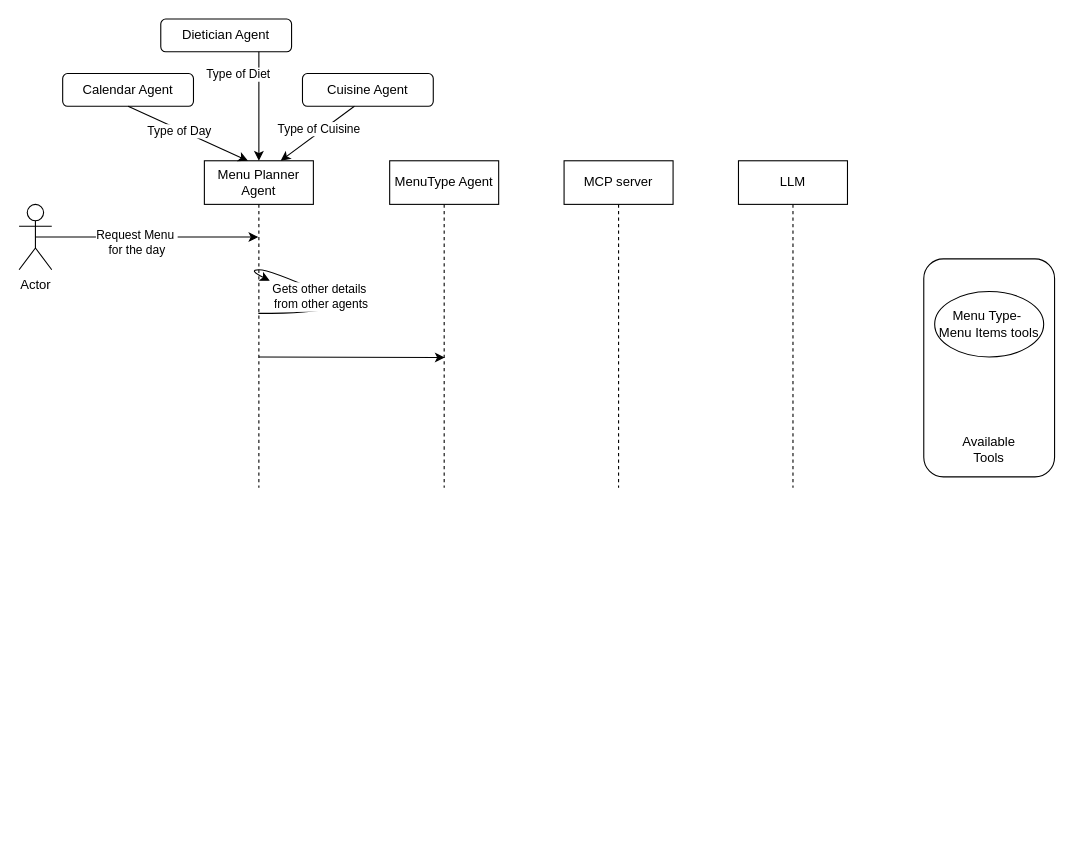
This is page "MenuTypeAgent" (2 of 3) of Untitled Diagram.drawio from neha10roy/MyDeepResearchAgent, a draw.io file, before an edit. Source tidied: cells renumbered, new cells numbered last; positions are measured from the earlier drawing's top-left corner, leaving out a move shared by most shapes. Both pictures are drawn from the tidied source at 109%, with x=0, y=0 at pixel (19, 19).
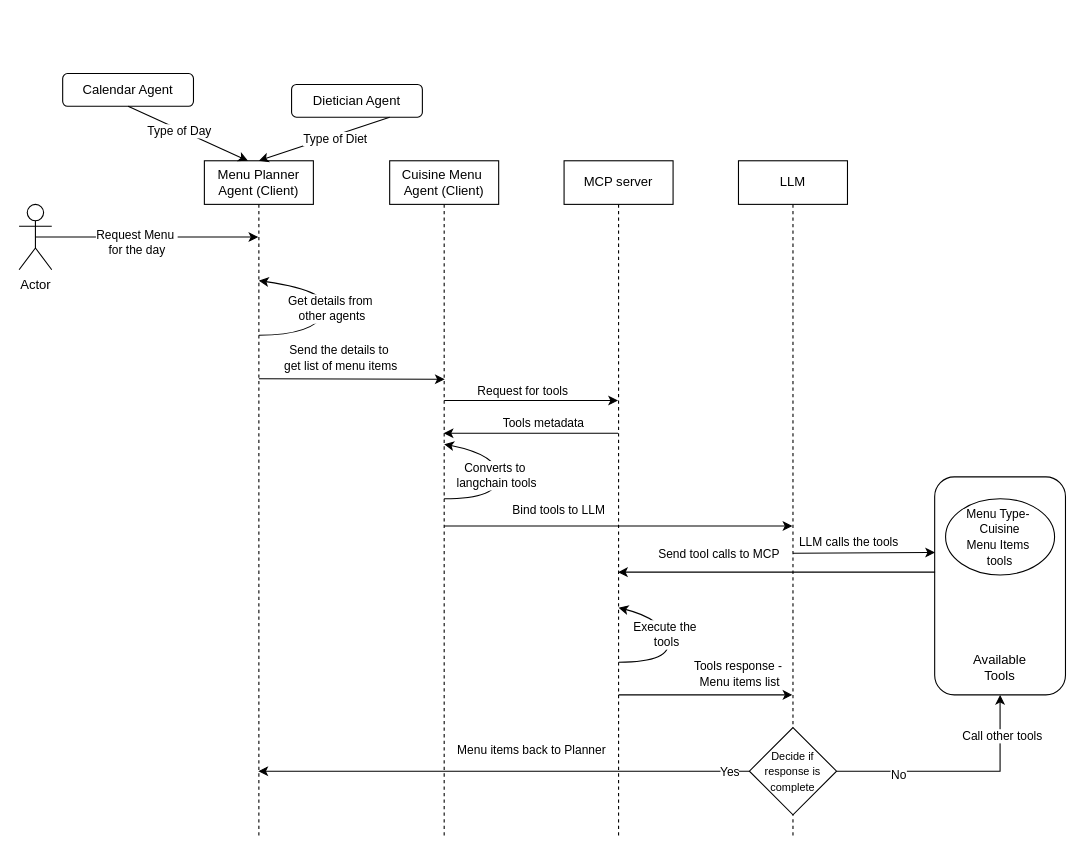
The same page after the edit.

The change refers to these unchanged cells:
```xml
<mxCell id="13" style="endArrow=classic;html=1;rounded=0;exitX=0.75;exitY=1;exitDx=0;exitDy=0;entryX=0.5;entryY=0;entryDx=0;entryDy=0;entryPerimeter=0;" parent="1" edge="1" source="12" target="2">
  <mxGeometry relative="1" as="geometry" />
</mxCell>
```

What changed in the source:
```diff
@@
-    <mxCell id="2" value="Menu Planner Agent" style="shape=umlLifeline;perimeter=lifelinePerimeter;whiteSpace=wrap;html=1;outlineConnect=0;portConstraint=eastwest;newEdgeStyle={&quot;curved&quot;:0,&quot;rounded&quot;:0};" parent="1" vertex="1">
-      <mxGeometry x="170" y="130" width="100" height="300" as="geometry" />
+    <mxCell id="2" value="Menu Planner Agent (Client)" style="shape=umlLifeline;perimeter=lifelinePerimeter;whiteSpace=wrap;html=1;outlineConnect=0;portConstraint=eastwest;newEdgeStyle={&quot;curved&quot;:0,&quot;rounded&quot;:0};" parent="1" vertex="1">
+      <mxGeometry x="170" y="130" width="100" height="620" as="geometry" />
     </mxCell>
-    <mxCell id="3" value="MenuType Agent" style="shape=umlLifeline;perimeter=lifelinePerimeter;whiteSpace=wrap;html=1;outlineConnect=0;portConstraint=eastwest;newEdgeStyle={&quot;curved&quot;:0,&quot;rounded&quot;:0};" parent="1" vertex="1">
-      <mxGeometry x="340" y="130" width="100" height="300" as="geometry" />
+    <mxCell id="3" value="Cuisine Menu&amp;nbsp; Agent&amp;nbsp;&lt;span style=&quot;background-color: transparent; color: light-dark(rgb(0, 0, 0), rgb(255, 255, 255));&quot;&gt;(Client)&lt;/span&gt;" style="shape=umlLifeline;perimeter=lifelinePerimeter;whiteSpace=wrap;html=1;outlineConnect=0;portConstraint=eastwest;newEdgeStyle={&quot;curved&quot;:0,&quot;rounded&quot;:0};" parent="1" vertex="1">
+      <mxGeometry x="340" y="130" width="100" height="620" as="geometry" />
     </mxCell>
     <mxCell id="4" value="MCP server" style="shape=umlLifeline;perimeter=lifelinePerimeter;whiteSpace=wrap;html=1;outlineConnect=0;portConstraint=eastwest;newEdgeStyle={&quot;curved&quot;:0,&quot;rounded&quot;:0};" parent="1" vertex="1">
-      <mxGeometry x="500" y="130" width="100" height="300" as="geometry" />
+      <mxGeometry x="500" y="130" width="100" height="620" as="geometry" />
     </mxCell>
     <mxCell id="5" value="LLM" style="shape=umlLifeline;perimeter=lifelinePerimeter;whiteSpace=wrap;html=1;outlineConnect=0;portConstraint=eastwest;newEdgeStyle={&quot;curved&quot;:0,&quot;rounded&quot;:0};" parent="1" vertex="1">
-      <mxGeometry x="660" y="130" width="100" height="300" as="geometry" />
+      <mxGeometry x="660" y="130" width="100" height="620" as="geometry" />
     </mxCell>
     <mxCell id="6" style="rounded=1;whiteSpace=wrap;html=1;" parent="1" vertex="1">
-      <mxGeometry x="830" y="220" width="120" height="200" as="geometry" />
+      <mxGeometry x="840" y="420" width="120" height="200" as="geometry" />
     </mxCell>
     <mxCell id="7" value="Available Tools" style="text;html=1;align=center;verticalAlign=middle;whiteSpace=wrap;rounded=0;" parent="1" vertex="1">
-      <mxGeometry x="860" y="380" width="60" height="30" as="geometry" />
+      <mxGeometry x="870" y="580" width="60" height="30" as="geometry" />
     </mxCell>
@@
-    <mxCell id="9" value="Menu Type-&amp;nbsp;&lt;div&gt;Menu Items tools&lt;/div&gt;" style="ellipse;whiteSpace=wrap;html=1;" parent="1" vertex="1">
-      <mxGeometry x="840" y="250" width="100" height="60" as="geometry" />
+    <mxCell id="9" value="&lt;font style=&quot;font-size: 11px;&quot;&gt;Menu Type-&amp;nbsp;&lt;/font&gt;&lt;div&gt;&lt;font style=&quot;font-size: 11px;&quot;&gt;Cuisine&lt;/font&gt;&lt;div&gt;&lt;font style=&quot;font-size: 11px;&quot;&gt;Menu Items&amp;nbsp;&lt;/font&gt;&lt;/div&gt;&lt;div&gt;&lt;font style=&quot;font-size: 11px;&quot;&gt;tools&lt;/font&gt;&lt;/div&gt;&lt;/div&gt;" style="ellipse;whiteSpace=wrap;html=1;" parent="1" vertex="1">
+      <mxGeometry x="850" y="440" width="100" height="70" as="geometry" />
     </mxCell>
@@
-    <mxCell id="11" value="Cuisine Agent" style="rounded=1;whiteSpace=wrap;html=1;" parent="1" vertex="1">
-      <mxGeometry x="260" y="50" width="120" height="30" as="geometry" />
-    </mxCell>
     <mxCell id="12" value="Dietician Agent" style="rounded=1;whiteSpace=wrap;html=1;" parent="1" vertex="1">
-      <mxGeometry x="130" width="120" height="30" as="geometry" />
+      <mxGeometry x="250" y="60" width="120" height="30" as="geometry" />
     </mxCell>
@@
     <mxCell id="14" value="Type of Diet" style="edgeLabel;html=1;align=center;verticalAlign=middle;" parent="13" vertex="1">
       <mxGeometry x="-0.47" relative="1" as="geometry">
-        <mxPoint x="-20" y="-7" as="offset" />
+        <mxPoint x="-18" y="9" as="offset" />
       </mxGeometry>
     </mxCell>
-    <mxCell id="15" style="endArrow=classic;html=1;rounded=0;exitX=0.397;exitY=1;exitDx=0;exitDy=0;exitPerimeter=0;" parent="1" edge="1" source="11">
-      <mxGeometry relative="1" as="geometry">
-        <mxPoint x="240" y="130" as="targetPoint" />
-      </mxGeometry>
-    </mxCell>
-    <mxCell id="16" value="Type of Cuisine" style="edgeLabel;html=1;align=center;verticalAlign=middle;" parent="15" vertex="1">
-      <mxGeometry x="-0.06" y="-4" relative="1" as="geometry">
-        <mxPoint x="1" as="offset" />
-      </mxGeometry>
-    </mxCell>
@@
     <mxCell id="21" style="endArrow=classic;html=1;rounded=0;" parent="1" edge="1">
       <mxGeometry relative="1" as="geometry">
-        <mxPoint x="220" y="310" as="sourcePoint" />
-        <mxPoint x="390.5" y="310.5" as="targetPoint" />
+        <mxPoint x="220" y="330" as="sourcePoint" />
+        <mxPoint x="390.5" y="330.5" as="targetPoint" />
       </mxGeometry>
     </mxCell>
-    <mxCell id="22" style="curved=1;endArrow=classic;html=1;rounded=0;" parent="1" edge="1" source="2">
-      <mxGeometry relative="1" as="geometry">
-        <mxPoint x="230" y="240" as="targetPoint" />
-        <Array as="points">
-          <mxPoint x="320" y="270" />
-          <mxPoint x="230" y="230" />
-          <mxPoint x="210" y="230" />
-        </Array>
-      </mxGeometry>
-    </mxCell>
-    <mxCell id="23" value="Gets other details&amp;nbsp;&lt;div&gt;f&lt;span style=&quot;background-color: light-dark(#ffffff, var(--ge-dark-color, #121212)); color: light-dark(rgb(0, 0, 0), rgb(255, 255, 255));&quot;&gt;rom other agents&lt;/span&gt;&lt;/div&gt;" style="edgeLabel;html=1;align=center;verticalAlign=middle;" parent="22" vertex="1">
-      <mxGeometry x="0.21" y="4" relative="1" as="geometry">
-        <mxPoint y="-1" as="offset" />
-      </mxGeometry>
-    </mxCell>
+    <mxCell id="24" value="Send the details to&amp;nbsp;&lt;div&gt;get list of menu items&lt;/div&gt;" style="edgeLabel;html=1;align=center;verticalAlign=middle;" parent="21" vertex="1">
+      <mxGeometry x="-0.13" y="4" relative="1" as="geometry">
+        <mxPoint y="-16" as="offset" />
+      </mxGeometry>
+    </mxCell>
+    <mxCell id="25" style="curved=1;endArrow=classic;html=1;rounded=0;" parent="1" edge="1">
+      <mxGeometry relative="1" as="geometry">
+        <mxPoint x="220" y="290" as="sourcePoint" />
+        <mxPoint x="220" y="240" as="targetPoint" />
+        <Array as="points">
+          <mxPoint x="270" y="290" />
+          <mxPoint x="290" y="250" />
+          <mxPoint x="220" y="240" />
+        </Array>
+      </mxGeometry>
+    </mxCell>
+    <mxCell id="26" value="Get details from&amp;nbsp;&lt;div&gt;other agents&lt;/div&gt;" style="edgeLabel;html=1;align=center;verticalAlign=middle;" parent="25" vertex="1">
+      <mxGeometry x="-0.05" y="-4" relative="1" as="geometry" />
+    </mxCell>
+    <mxCell id="27" style="endArrow=classic;html=1;rounded=0;" parent="1" edge="1">
+      <mxGeometry relative="1" as="geometry">
+        <mxPoint x="390" y="350" as="sourcePoint" />
+        <mxPoint x="549.5" y="350" as="targetPoint" />
+      </mxGeometry>
+    </mxCell>
+    <mxCell id="28" value="Request for tools" style="edgeLabel;html=1;align=center;verticalAlign=middle;" parent="27" vertex="1">
+      <mxGeometry x="-0.24" relative="1" as="geometry">
+        <mxPoint x="10" y="-10" as="offset" />
+      </mxGeometry>
+    </mxCell>
+    <mxCell id="29" style="endArrow=classic;html=1;rounded=0;" parent="1" edge="1">
+      <mxGeometry relative="1" as="geometry">
+        <mxPoint x="549.5" y="380" as="sourcePoint" />
+        <mxPoint x="389.5" y="380" as="targetPoint" />
+      </mxGeometry>
+    </mxCell>
+    <mxCell id="30" value="Tools metadata" style="edgeLabel;html=1;align=center;verticalAlign=middle;" parent="29" vertex="1">
+      <mxGeometry x="-0.24" relative="1" as="geometry">
+        <mxPoint x="-8" y="-10" as="offset" />
+      </mxGeometry>
+    </mxCell>
+    <mxCell id="31" style="curved=1;endArrow=classic;html=1;rounded=0;" parent="1" edge="1" target="3">
+      <mxGeometry relative="1" as="geometry">
+        <mxPoint x="390" y="440" as="sourcePoint" />
+        <Array as="points">
+          <mxPoint x="440" y="440" />
+          <mxPoint x="440" y="400" />
+          <mxPoint x="390" y="390" />
+        </Array>
+      </mxGeometry>
+    </mxCell>
+    <mxCell id="32" value="Converts to&amp;nbsp;&lt;div&gt;langchain tools&lt;/div&gt;" style="edgeLabel;html=1;align=center;verticalAlign=middle;" parent="31" vertex="1">
+      <mxGeometry x="0.02" y="3" relative="1" as="geometry" />
+    </mxCell>
+    <mxCell id="33" style="endArrow=classic;html=1;rounded=0;" parent="1" edge="1" target="5">
+      <mxGeometry relative="1" as="geometry">
+        <mxPoint x="390" y="465" as="sourcePoint" />
+      </mxGeometry>
+    </mxCell>
+    <mxCell id="34" value="Bind tools to LLM" style="edgeLabel;html=1;align=center;verticalAlign=middle;" parent="33" vertex="1">
+      <mxGeometry x="-0.35" y="1" relative="1" as="geometry">
+        <mxPoint y="-14" as="offset" />
+      </mxGeometry>
+    </mxCell>
+    <mxCell id="35" style="endArrow=classic;html=1;rounded=0;entryX=0.003;entryY=0.347;entryDx=0;entryDy=0;entryPerimeter=0;" parent="1" edge="1" target="6">
+      <mxGeometry relative="1" as="geometry">
+        <mxPoint x="710" y="490" as="sourcePoint" />
+      </mxGeometry>
+    </mxCell>
+    <mxCell id="36" value="LLM calls the tools" style="edgeLabel;html=1;align=center;verticalAlign=middle;" parent="35" vertex="1">
+      <mxGeometry x="-0.06" y="-4" relative="1" as="geometry">
+        <mxPoint x="-11" y="-14" as="offset" />
+      </mxGeometry>
+    </mxCell>
+    <mxCell id="37" style="endArrow=classic;html=1;rounded=0;exitX=0.003;exitY=0.437;exitDx=0;exitDy=0;exitPerimeter=0;" parent="1" edge="1" source="6" target="4">
+      <mxGeometry relative="1" as="geometry" />
+    </mxCell>
+    <mxCell id="38" value="Send tool calls to MCP" style="edgeLabel;html=1;align=center;verticalAlign=middle;" parent="37" vertex="1">
+      <mxGeometry x="0.22" relative="1" as="geometry">
+        <mxPoint x="-22" y="-17" as="offset" />
+      </mxGeometry>
+    </mxCell>
+    <mxCell id="39" style="curved=1;endArrow=classic;html=1;rounded=0;" parent="1" edge="1">
+      <mxGeometry relative="1" as="geometry">
+        <mxPoint x="550" y="590" as="sourcePoint" />
+        <mxPoint x="550" y="540" as="targetPoint" />
+        <Array as="points">
+          <mxPoint x="600" y="590" />
+          <mxPoint x="590" y="550" />
+          <mxPoint x="550" y="540" />
+        </Array>
+      </mxGeometry>
+    </mxCell>
+    <mxCell id="40" value="Execute the&amp;nbsp;&lt;div&gt;tools&lt;/div&gt;" style="edgeLabel;html=1;align=center;verticalAlign=middle;" parent="39" vertex="1">
+      <mxGeometry x="0.15" relative="1" as="geometry" />
+    </mxCell>
+    <mxCell id="41" style="endArrow=classic;html=1;rounded=0;" parent="1" edge="1">
+      <mxGeometry relative="1" as="geometry">
+        <mxPoint x="550" y="620" as="sourcePoint" />
+        <mxPoint x="709.5" y="620" as="targetPoint" />
+      </mxGeometry>
+    </mxCell>
+    <mxCell id="42" value="Tools response -&amp;nbsp;&lt;div&gt;Menu items list&lt;/div&gt;" style="edgeLabel;html=1;align=center;verticalAlign=middle;" parent="41" vertex="1">
+      <mxGeometry x="-0.07" relative="1" as="geometry">
+        <mxPoint x="36" y="-20" as="offset" />
+      </mxGeometry>
+    </mxCell>
+    <mxCell id="43" value="&lt;font style=&quot;font-size: 10px;&quot;&gt;Decide if response is complete&lt;/font&gt;" style="rhombus;whiteSpace=wrap;html=1;" parent="1" vertex="1">
+      <mxGeometry x="670" y="650" width="80" height="80" as="geometry" />
+    </mxCell>
+    <mxCell id="44" style="endArrow=classic;html=1;rounded=0;entryX=0.5;entryY=1;entryDx=0;entryDy=0;" parent="1" edge="1" target="6">
+      <mxGeometry relative="1" as="geometry">
+        <mxPoint x="750" y="690" as="sourcePoint" />
+        <Array as="points">
+          <mxPoint x="900" y="690" />
+        </Array>
+      </mxGeometry>
+    </mxCell>
+    <mxCell id="45" value="No" style="edgeLabel;html=1;align=center;verticalAlign=middle;" parent="44" vertex="1">
+      <mxGeometry x="-0.49" y="-3" relative="1" as="geometry" />
+    </mxCell>
+    <mxCell id="46" value="Call other tools" style="edgeLabel;html=1;align=center;verticalAlign=middle;" parent="44" vertex="1">
+      <mxGeometry x="0.66" y="-1" relative="1" as="geometry" />
+    </mxCell>
+    <mxCell id="47" style="endArrow=classic;html=1;rounded=0;exitX=0;exitY=0.5;exitDx=0;exitDy=0;" parent="1" edge="1" source="43" target="2">
+      <mxGeometry relative="1" as="geometry" />
+    </mxCell>
+    <mxCell id="48" value="Yes" style="edgeLabel;html=1;align=center;verticalAlign=middle;" parent="47" vertex="1">
+      <mxGeometry x="0.07" y="1" relative="1" as="geometry">
+        <mxPoint x="222" y="-1" as="offset" />
+      </mxGeometry>
+    </mxCell>
+    <mxCell id="49" value="Menu items back to Planner" style="edgeLabel;html=1;align=center;verticalAlign=middle;" parent="47" vertex="1">
+      <mxGeometry x="0.17" y="-3" relative="1" as="geometry">
+        <mxPoint x="63" y="-17" as="offset" />
+      </mxGeometry>
+    </mxCell>
```
